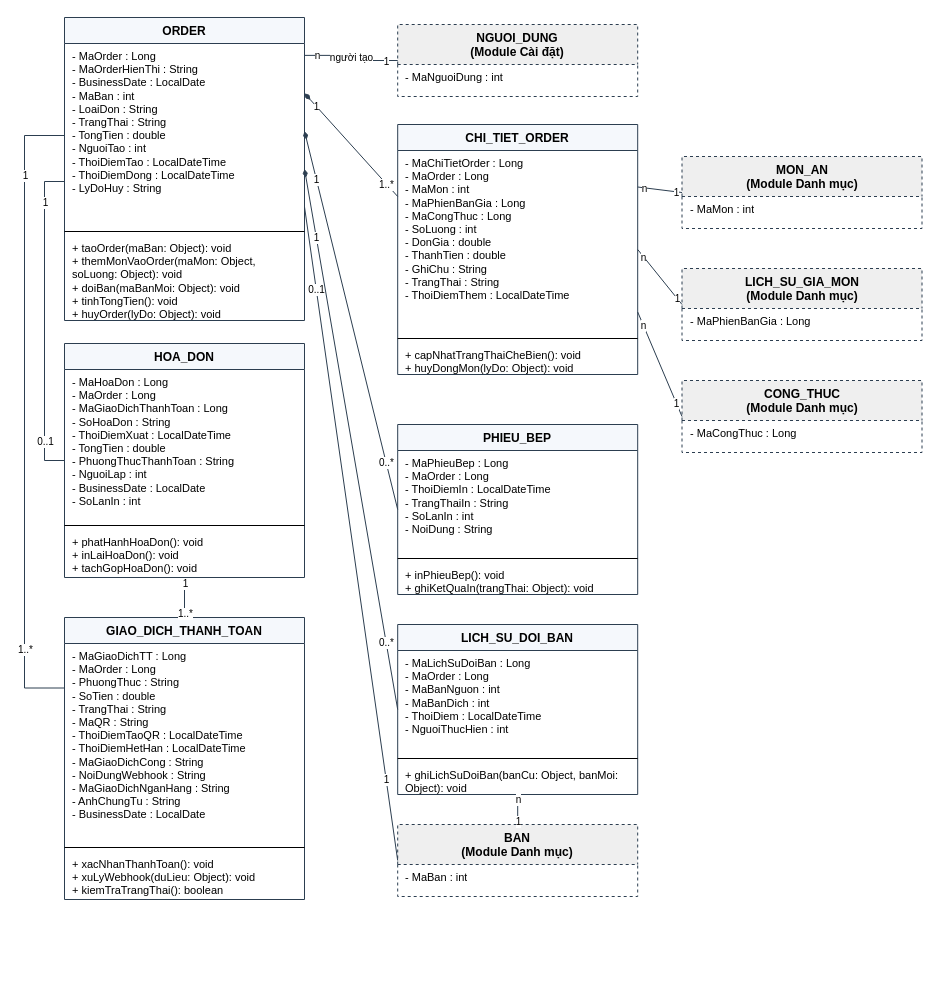
Earlier version of the draw.io diagram page "Quan ly ban hang" (3 of 5) of docs/ClassDiagram_HeThongQuanLyNhaHang.drawio (nminhzzz/restaurant-management-ai). Source tidied: cells renumbered, new cells numbered last; positions are measured from the earlier drawing's top-left corner, leaving out a move shared by most shapes. Both pictures are drawn from the tidied source at 100%, with x=0, y=0 at pixel (24, 17).
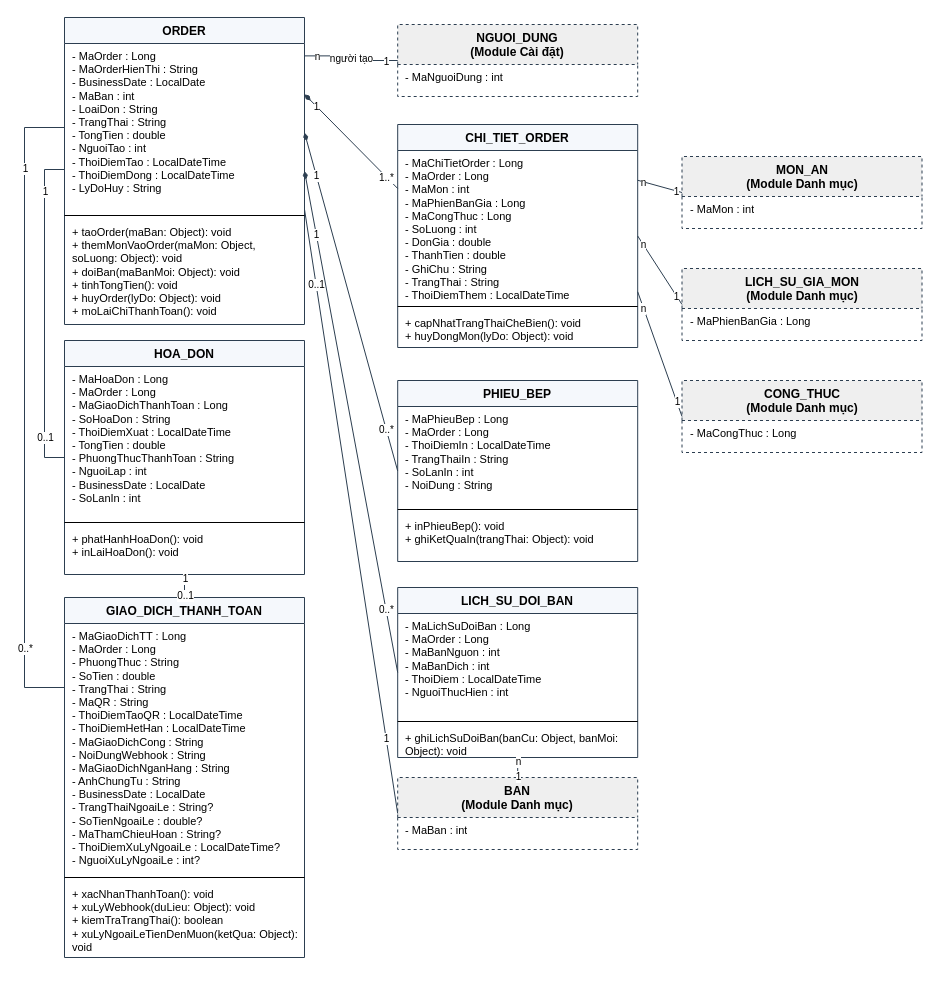
The same page after the edit.

The change refers to these unchanged cells:
```xml
<mxCell id="53" style="fontSize=10;html=1;endArrow=none;startArrow=none;startFill=0;endFill=0;rounded=0;strokeColor=#2C3E50;exitX=0.5;exitY=1;exitDx=0;exitDy=0;entryX=0.5;entryY=0;entryDx=0;entryDy=0;" parent="1" edge="1" source="20" target="24">
  <mxGeometry relative="1" as="geometry" />
</mxCell>
```

Change to the diagram source:
```diff
@@
     <mxCell id="2" value="BAN&lt;br&gt;(Module Danh mục)" style="swimlane;fontStyle=1;align=center;verticalAlign=top;horizontal=1;startSize=40;whiteSpace=wrap;html=1;fillColor=#EFEFEF;strokeColor=#2C3E50;dashed=1;fontSize=12;" parent="1" vertex="1">
-      <mxGeometry x="373.2" y="807" width="240" height="72" as="geometry" />
+      <mxGeometry x="373.2" y="760" width="240" height="72" as="geometry" />
     </mxCell>
@@
     <mxCell id="8" value="ORDER" style="swimlane;fontStyle=1;align=center;verticalAlign=top;horizontal=1;startSize=26;whiteSpace=wrap;html=1;fillColor=#F5F8FC;strokeColor=#2C3E50;dashed=0;fontSize=12;" parent="1" vertex="1">
-      <mxGeometry x="40" width="240" height="303" as="geometry" />
+      <mxGeometry x="40" width="240" height="307" as="geometry" />
     </mxCell>
     <mxCell id="9" value="- MaOrder : Long&lt;br&gt;- MaOrderHienThi : String&lt;br&gt;- BusinessDate : LocalDate&lt;br&gt;- MaBan : int&lt;br&gt;- LoaiDon : String&lt;br&gt;- TrangThai : String&lt;br&gt;- TongTien : double&lt;br&gt;- NguoiTao : int&lt;br&gt;- ThoiDiemTao : LocalDateTime&lt;br&gt;- ThoiDiemDong : LocalDateTime&lt;br&gt;- LyDoHuy : String" style="text;align=left;verticalAlign=top;spacingLeft=6;spacingRight=4;overflow=hidden;whiteSpace=wrap;html=1;fontSize=11;" parent="8" vertex="1">
-      <mxGeometry y="26" width="240" height="184" as="geometry" />
+      <mxGeometry y="26" width="240" height="168" as="geometry" />
     </mxCell>
     <mxCell id="10" style="line;strokeWidth=1;fillColor=none;align=left;verticalAlign=middle;spacingTop=-1;spacingLeft=3;spacingRight=3;html=1;" parent="8" vertex="1">
-      <mxGeometry y="210" width="240" height="8" as="geometry" />
+      <mxGeometry y="194" width="240" height="8" as="geometry" />
     </mxCell>
-    <mxCell id="11" value="+ taoOrder(maBan: Object): void&lt;br&gt;+ themMonVaoOrder(maMon: Object, soLuong: Object): void&lt;br&gt;+ doiBan(maBanMoi: Object): void&lt;br&gt;+ tinhTongTien(): void&lt;br&gt;+ huyOrder(lyDo: Object): void" style="text;align=left;verticalAlign=top;spacingLeft=6;spacingRight=4;overflow=hidden;whiteSpace=wrap;html=1;fontSize=11;" parent="8" vertex="1">
-      <mxGeometry y="218" width="240" height="88" as="geometry" />
+    <mxCell id="11" value="+ taoOrder(maBan: Object): void&lt;br&gt;+ themMonVaoOrder(maMon: Object, soLuong: Object): void&lt;br&gt;+ doiBan(maBanMoi: Object): void&lt;br&gt;+ tinhTongTien(): void&lt;br&gt;+ huyOrder(lyDo: Object): void&lt;br&gt;+ moLaiChiThanhToan(): void" style="text;align=left;verticalAlign=top;spacingLeft=6;spacingRight=4;overflow=hidden;whiteSpace=wrap;html=1;fontSize=11;" parent="8" vertex="1">
+      <mxGeometry y="202" width="240" height="104" as="geometry" />
     </mxCell>
     <mxCell id="12" value="CHI_TIET_ORDER" style="swimlane;fontStyle=1;align=center;verticalAlign=top;horizontal=1;startSize=26;whiteSpace=wrap;html=1;fillColor=#F5F8FC;strokeColor=#2C3E50;dashed=0;fontSize=12;" parent="1" vertex="1">
-      <mxGeometry x="373.2" y="107" width="240" height="250" as="geometry" />
+      <mxGeometry x="373.2" y="107" width="240" height="223" as="geometry" />
     </mxCell>
     <mxCell id="13" value="- MaChiTietOrder : Long&lt;br&gt;- MaOrder : Long&lt;br&gt;- MaMon : int&lt;br&gt;- MaPhienBanGia : Long&lt;br&gt;- MaCongThuc : Long&lt;br&gt;- SoLuong : int&lt;br&gt;- DonGia : double&lt;br&gt;- ThanhTien : double&lt;br&gt;- GhiChu : String&lt;br&gt;- TrangThai : String&lt;br&gt;- ThoiDiemThem : LocalDateTime" style="text;align=left;verticalAlign=top;spacingLeft=6;spacingRight=4;overflow=hidden;whiteSpace=wrap;html=1;fontSize=11;" parent="12" vertex="1">
-      <mxGeometry y="26" width="240" height="184" as="geometry" />
+      <mxGeometry y="26" width="240" height="152" as="geometry" />
     </mxCell>
     <mxCell id="14" style="line;strokeWidth=1;fillColor=none;align=left;verticalAlign=middle;spacingTop=-1;spacingLeft=3;spacingRight=3;html=1;" parent="12" vertex="1">
-      <mxGeometry y="210" width="240" height="8" as="geometry" />
+      <mxGeometry y="178" width="240" height="8" as="geometry" />
     </mxCell>
     <mxCell id="15" value="+ capNhatTrangThaiCheBien(): void&lt;br&gt;+ huyDongMon(lyDo: Object): void" style="text;align=left;verticalAlign=top;spacingLeft=6;spacingRight=4;overflow=hidden;whiteSpace=wrap;html=1;fontSize=11;" parent="12" vertex="1">
-      <mxGeometry y="218" width="240" height="40" as="geometry" />
+      <mxGeometry y="186" width="240" height="40" as="geometry" />
     </mxCell>
     <mxCell id="16" value="LICH_SU_DOI_BAN" style="swimlane;fontStyle=1;align=center;verticalAlign=top;horizontal=1;startSize=26;whiteSpace=wrap;html=1;fillColor=#F5F8FC;strokeColor=#2C3E50;dashed=0;fontSize=12;" parent="1" vertex="1">
-      <mxGeometry x="373.2" y="607" width="240" height="170" as="geometry" />
+      <mxGeometry x="373.2" y="570" width="240" height="170" as="geometry" />
     </mxCell>
@@
     <mxCell id="20" value="HOA_DON" style="swimlane;fontStyle=1;align=center;verticalAlign=top;horizontal=1;startSize=26;whiteSpace=wrap;html=1;fillColor=#F5F8FC;strokeColor=#2C3E50;dashed=0;fontSize=12;" parent="1" vertex="1">
-      <mxGeometry x="40" y="326" width="240" height="234" as="geometry" />
+      <mxGeometry x="40" y="323" width="240" height="234" as="geometry" />
     </mxCell>
@@
-    <mxCell id="23" value="+ phatHanhHoaDon(): void&lt;br&gt;+ inLaiHoaDon(): void&lt;br&gt;+ tachGopHoaDon(): void" style="text;align=left;verticalAlign=top;spacingLeft=6;spacingRight=4;overflow=hidden;whiteSpace=wrap;html=1;fontSize=11;" parent="20" vertex="1">
+    <mxCell id="23" value="+ phatHanhHoaDon(): void&lt;br&gt;+ inLaiHoaDon(): void" style="text;align=left;verticalAlign=top;spacingLeft=6;spacingRight=4;overflow=hidden;whiteSpace=wrap;html=1;fontSize=11;" parent="20" vertex="1">
       <mxGeometry y="186" width="240" height="56" as="geometry" />
     </mxCell>
     <mxCell id="24" value="GIAO_DICH_THANH_TOAN" style="swimlane;fontStyle=1;align=center;verticalAlign=top;horizontal=1;startSize=26;whiteSpace=wrap;html=1;fillColor=#F5F8FC;strokeColor=#2C3E50;dashed=0;fontSize=12;" parent="1" vertex="1">
-      <mxGeometry x="40" y="600" width="240" height="282" as="geometry" />
+      <mxGeometry x="40" y="580" width="240" height="360" as="geometry" />
     </mxCell>
-    <mxCell id="25" value="- MaGiaoDichTT : Long&lt;br&gt;- MaOrder : Long&lt;br&gt;- PhuongThuc : String&lt;br&gt;- SoTien : double&lt;br&gt;- TrangThai : String&lt;br&gt;- MaQR : String&lt;br&gt;- ThoiDiemTaoQR : LocalDateTime&lt;br&gt;- ThoiDiemHetHan : LocalDateTime&lt;br&gt;- MaGiaoDichCong : String&lt;br&gt;- NoiDungWebhook : String&lt;br&gt;- MaGiaoDichNganHang : String&lt;br&gt;- AnhChungTu : String&lt;div&gt;- BusinessDate : LocalDate&lt;/div&gt;" style="text;align=left;verticalAlign=top;spacingLeft=6;spacingRight=4;overflow=hidden;whiteSpace=wrap;html=1;fontSize=11;" parent="24" vertex="1">
-      <mxGeometry y="26" width="240" height="200" as="geometry" />
+    <mxCell id="25" value="- MaGiaoDichTT : Long&lt;br&gt;- MaOrder : Long&lt;br&gt;- PhuongThuc : String&lt;br&gt;- SoTien : double&lt;br&gt;- TrangThai : String&lt;br&gt;- MaQR : String&lt;br&gt;- ThoiDiemTaoQR : LocalDateTime&lt;br&gt;- ThoiDiemHetHan : LocalDateTime&lt;br&gt;- MaGiaoDichCong : String&lt;br&gt;- NoiDungWebhook : String&lt;br&gt;- MaGiaoDichNganHang : String&lt;br&gt;- AnhChungTu : String&lt;div&gt;- BusinessDate : LocalDate&lt;/div&gt;- TrangThaiNgoaiLe : String?&lt;br&gt;- SoTienNgoaiLe : double?&lt;br&gt;- MaThamChieuHoan : String?&lt;br&gt;- ThoiDiemXuLyNgoaiLe : LocalDateTime?&lt;br&gt;- NguoiXuLyNgoaiLe : int?" style="text;align=left;verticalAlign=top;spacingLeft=6;spacingRight=4;overflow=hidden;whiteSpace=wrap;html=1;fontSize=11;" parent="24" vertex="1">
+      <mxGeometry y="26" width="240" height="250" as="geometry" />
     </mxCell>
     <mxCell id="26" style="line;strokeWidth=1;fillColor=none;align=left;verticalAlign=middle;spacingTop=-1;spacingLeft=3;spacingRight=3;html=1;" parent="24" vertex="1">
-      <mxGeometry y="226" width="240" height="8" as="geometry" />
+      <mxGeometry y="276" width="240" height="8" as="geometry" />
     </mxCell>
-    <mxCell id="27" value="+ xacNhanThanhToan(): void&lt;br&gt;+ xuLyWebhook(duLieu: Object): void&lt;br&gt;+ kiemTraTrangThai(): boolean" style="text;align=left;verticalAlign=top;spacingLeft=6;spacingRight=4;overflow=hidden;whiteSpace=wrap;html=1;fontSize=11;" parent="24" vertex="1">
-      <mxGeometry y="234" width="240" height="56" as="geometry" />
+    <mxCell id="27" value="+ xacNhanThanhToan(): void&lt;br&gt;+ xuLyWebhook(duLieu: Object): void&lt;br&gt;+ kiemTraTrangThai(): boolean&lt;br&gt;+ xuLyNgoaiLeTienDenMuon(ketQua: Object): void" style="text;align=left;verticalAlign=top;spacingLeft=6;spacingRight=4;overflow=hidden;whiteSpace=wrap;html=1;fontSize=11;" parent="24" vertex="1">
+      <mxGeometry y="284" width="240" height="86" as="geometry" />
     </mxCell>
     <mxCell id="28" value="PHIEU_BEP" style="swimlane;fontStyle=1;align=center;verticalAlign=top;horizontal=1;startSize=26;whiteSpace=wrap;html=1;fillColor=#F5F8FC;strokeColor=#2C3E50;dashed=0;fontSize=12;" parent="1" vertex="1">
-      <mxGeometry x="373.2" y="407" width="240" height="170" as="geometry" />
+      <mxGeometry x="373.2" y="363" width="240" height="181" as="geometry" />
     </mxCell>
     <mxCell id="29" value="- MaPhieuBep : Long&lt;br&gt;- MaOrder : Long&lt;br&gt;- ThoiDiemIn : LocalDateTime&lt;br&gt;- TrangThaiIn : String&lt;br&gt;- SoLanIn : int&lt;br&gt;- NoiDung : String" style="text;align=left;verticalAlign=top;spacingLeft=6;spacingRight=4;overflow=hidden;whiteSpace=wrap;html=1;fontSize=11;" parent="28" vertex="1">
-      <mxGeometry y="26" width="240" height="104" as="geometry" />
+      <mxGeometry y="26" width="240" height="99" as="geometry" />
     </mxCell>
     <mxCell id="30" style="line;strokeWidth=1;fillColor=none;align=left;verticalAlign=middle;spacingTop=-1;spacingLeft=3;spacingRight=3;html=1;" parent="28" vertex="1">
-      <mxGeometry y="130" width="240" height="8" as="geometry" />
+      <mxGeometry y="125" width="240" height="8" as="geometry" />
     </mxCell>
     <mxCell id="31" value="+ inPhieuBep(): void&lt;br&gt;+ ghiKetQuaIn(trangThai: Object): void" style="text;align=left;verticalAlign=top;spacingLeft=6;spacingRight=4;overflow=hidden;whiteSpace=wrap;html=1;fontSize=11;" parent="28" vertex="1">
-      <mxGeometry y="138" width="240" height="40" as="geometry" />
+      <mxGeometry y="133" width="240" height="40" as="geometry" />
     </mxCell>
@@
     <mxCell id="50" style="fontSize=10;html=1;endArrow=none;startArrow=none;startFill=0;endFill=0;rounded=0;strokeColor=#2C3E50;exitX=0;exitY=0.75;exitDx=0;exitDy=0;entryX=0;entryY=0.5;entryDx=0;entryDy=0;" parent="1" edge="1" source="9" target="20">
       <mxGeometry relative="1" as="geometry">
         <Array as="points">
-          <mxPoint x="20" y="164" />
-          <mxPoint x="20" y="443" />
+          <mxPoint x="20" y="152" />
+          <mxPoint x="20" y="440" />
         </Array>
       </mxGeometry>
     </mxCell>
@@
-    <mxCell id="55" value="1..*" style="edgeLabel;html=1;align=center;verticalAlign=middle;fontSize=10;" parent="53" vertex="1">
+    <mxCell id="55" value="0..1" style="edgeLabel;html=1;align=center;verticalAlign=middle;fontSize=10;" parent="53" vertex="1">
       <mxGeometry x="0.75" relative="1" as="geometry" />
     </mxCell>
@@
     <mxCell id="66" style="fontSize=10;html=1;endArrow=none;startArrow=none;startFill=0;endFill=0;rounded=0;strokeColor=#2C3E50;exitX=0;exitY=0.5;exitDx=0;exitDy=0;entryX=0;entryY=0.25;entryDx=0;entryDy=0;" parent="1" edge="1" source="9" target="24">
       <mxGeometry relative="1" as="geometry">
         <Array as="points">
-          <mxPoint y="118" />
-          <mxPoint y="670.5" />
+          <mxPoint y="110" />
+          <mxPoint y="670" />
         </Array>
       </mxGeometry>
     </mxCell>
@@
-    <mxCell id="68" value="1..*" style="edgeLabel;html=1;align=center;verticalAlign=middle;fontSize=10;" parent="66" vertex="1">
+    <mxCell id="68" value="0..*" style="edgeLabel;html=1;align=center;verticalAlign=middle;fontSize=10;" parent="66" vertex="1">
       <mxGeometry x="0.75" relative="1" as="geometry" />
     </mxCell>
```
